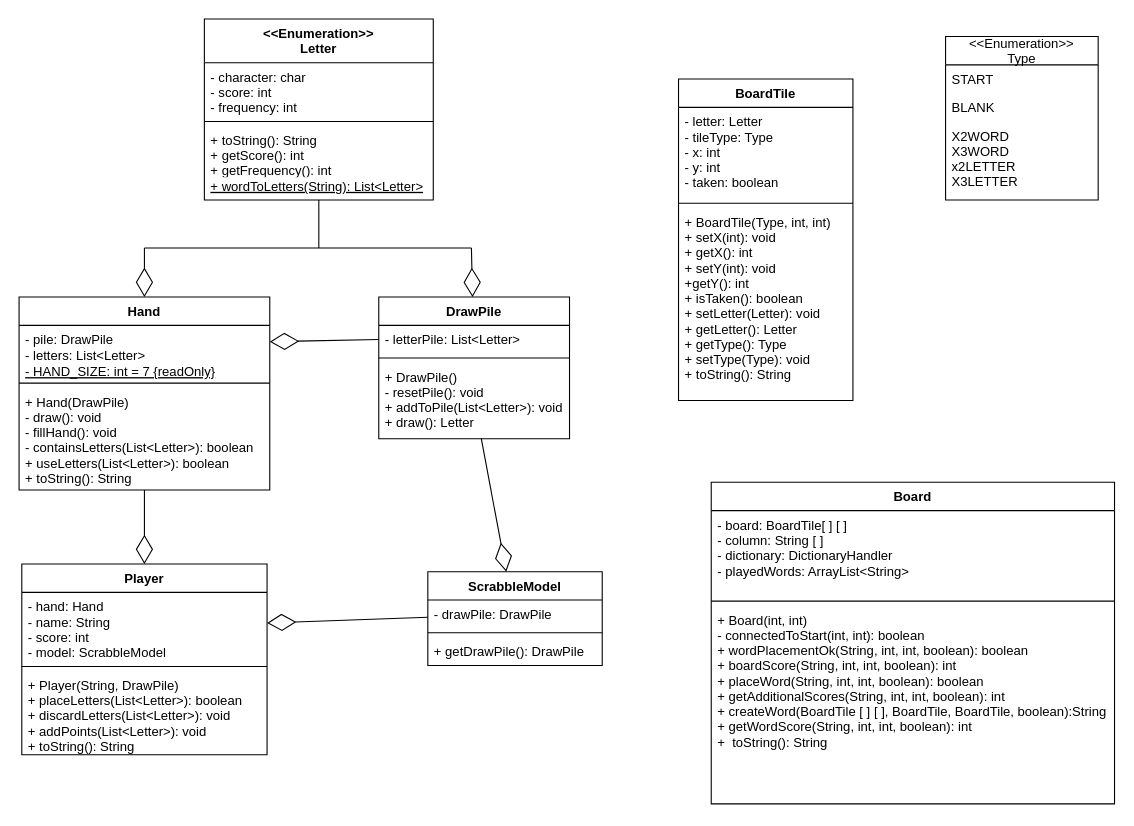
The draw.io diagram ScuffleClassDiagram.drawio in trk20/Scuffle, before the edit. Source tidied: cells renumbered, new cells numbered last; positions are measured from the earlier drawing's top-left corner, leaving out a move shared by most shapes. Both pictures are drawn from the tidied source at 109%, with x=0, y=0 at pixel (19, 19).
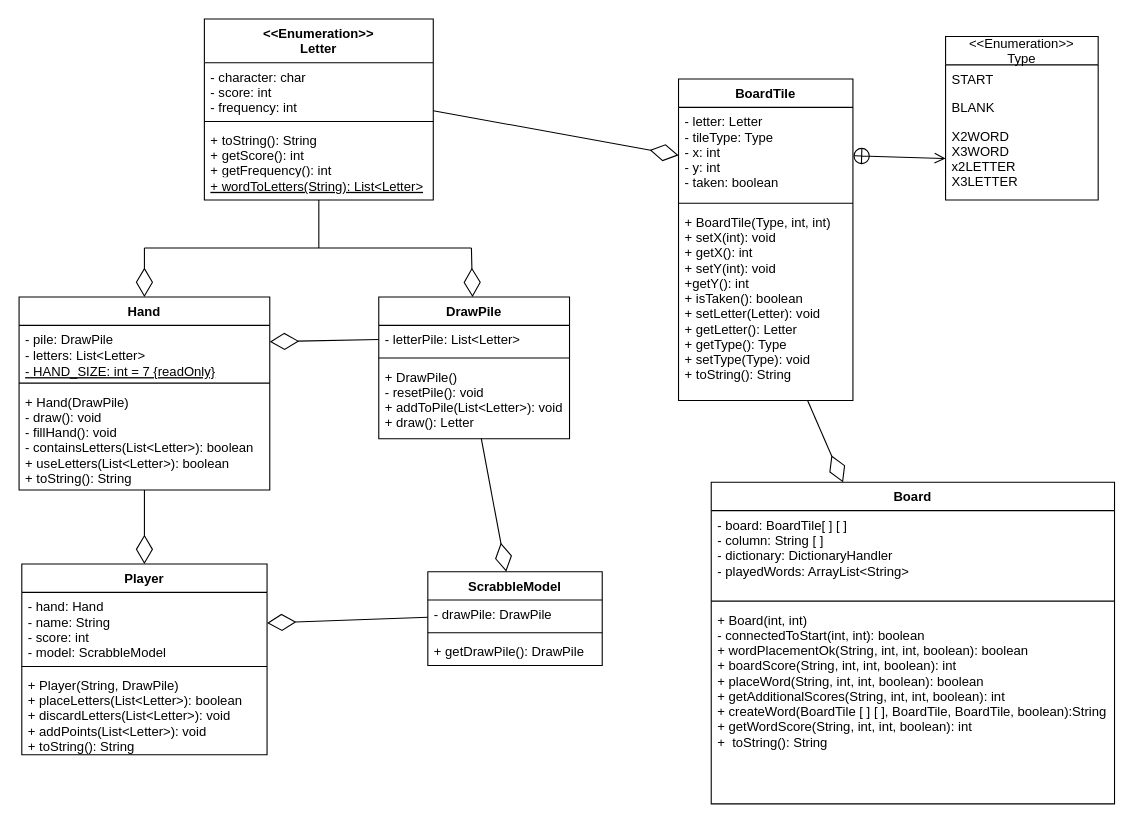
Above is the later version.

Commit message (it also covers changes not shown here):
UML arrows added to Board and BoardTile

The change refers to these unchanged cells:
```xml
<mxCell id="14" value="- character: char&#10;- score: int&#10;- frequency: int" style="text;strokeColor=none;fillColor=none;align=left;verticalAlign=top;spacingLeft=4;spacingRight=4;overflow=hidden;points=[[0,0.5],[1,0.5]];portConstraint=eastwest;" parent="13" vertex="1">
  <mxGeometry y="40" width="210" height="50" as="geometry" />
</mxCell>
<mxCell id="34" value="- letter: Letter&#10;- tileType: Type&#10;- x: int&#10;- y: int&#10;- taken: boolean" style="text;strokeColor=none;fillColor=none;align=left;verticalAlign=top;spacingLeft=4;spacingRight=4;overflow=hidden;points=[[0,0.5],[1,0.5]];portConstraint=eastwest;" parent="33" vertex="1">
  <mxGeometry y="26" width="160" height="84" as="geometry" />
</mxCell>
<mxCell id="36" value="+ BoardTile(Type, int, int)&#10;+ setX(int): void&#10;+ getX(): int&#10;+ setY(int): void&#10;+getY(): int&#10;+ isTaken(): boolean&#10;+ setLetter(Letter): void&#10;+ getLetter(): Letter&#10;+ getType(): Type&#10;+ setType(Type): void&#10;+ toString(): String" style="text;strokeColor=none;fillColor=none;align=left;verticalAlign=top;spacingLeft=4;spacingRight=4;overflow=hidden;points=[[0,0.5],[1,0.5]];portConstraint=eastwest;" parent="33" vertex="1">
  <mxGeometry y="118" width="160" height="177" as="geometry" />
</mxCell>
<mxCell id="40" value="X2WORD&#10;X3WORD&#10;x2LETTER&#10;X3LETTER" style="text;strokeColor=none;fillColor=none;align=left;verticalAlign=top;spacingLeft=4;spacingRight=4;overflow=hidden;points=[[0,0.5],[1,0.5]];portConstraint=eastwest;" parent="37" vertex="1">
  <mxGeometry y="78" width="140" height="72" as="geometry" />
</mxCell>
<mxCell id="41" value="Board" style="swimlane;fontStyle=1;align=center;verticalAlign=top;horizontal=1;startSize=26;" parent="1" vertex="1">
  <mxGeometry x="635" y="425" width="370" height="295" as="geometry" />
</mxCell>
```

Change to the diagram source:
```diff
@@
+    <mxCell id="45" style="endArrow=open;startArrow=circlePlus;endFill=0;startFill=0;endSize=8;html=1;rounded=0;" parent="1" edge="1" source="34" target="40">
+      <mxGeometry relative="1" as="geometry" />
+    </mxCell>
+    <mxCell id="46" style="endArrow=diamondThin;endFill=0;endSize=24;html=1;rounded=0;" parent="1" edge="1" source="36" target="41">
+      <mxGeometry relative="1" as="geometry" />
+    </mxCell>
+    <mxCell id="47" style="endArrow=diamondThin;endFill=0;endSize=24;html=1;rounded=0;" parent="1" edge="1" source="14">
+      <mxGeometry relative="1" as="geometry">
+        <mxPoint x="605" y="125" as="targetPoint" />
+      </mxGeometry>
+    </mxCell>
```
